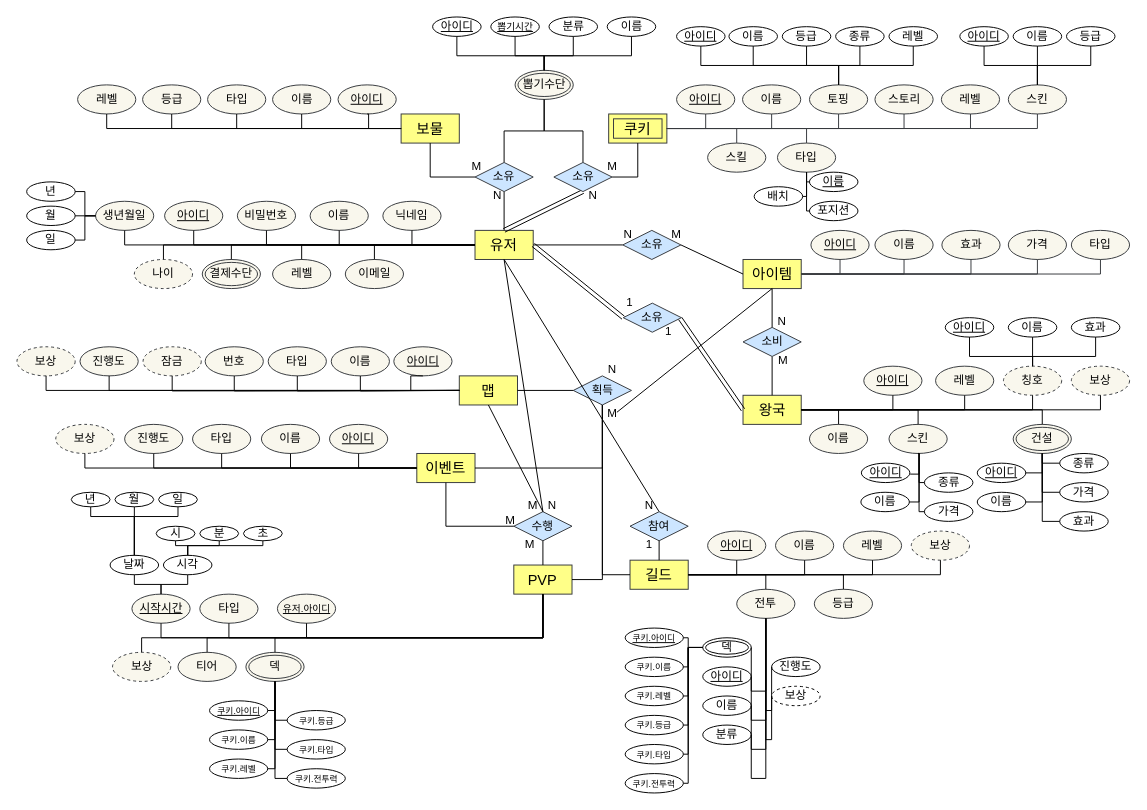
Above: page "페이지-2" (2 of 3) of 제목 없는 다이어그램.drawio in breeze234/web1 (draw.io), before the change. Source tidied: cells renumbered, new cells numbered last; positions are measured from the earlier drawing's top-left corner, leaving out a move shared by most shapes. Both pictures are drawn from the tidied source at 97%, with x=0, y=0 at pixel (16, 16).
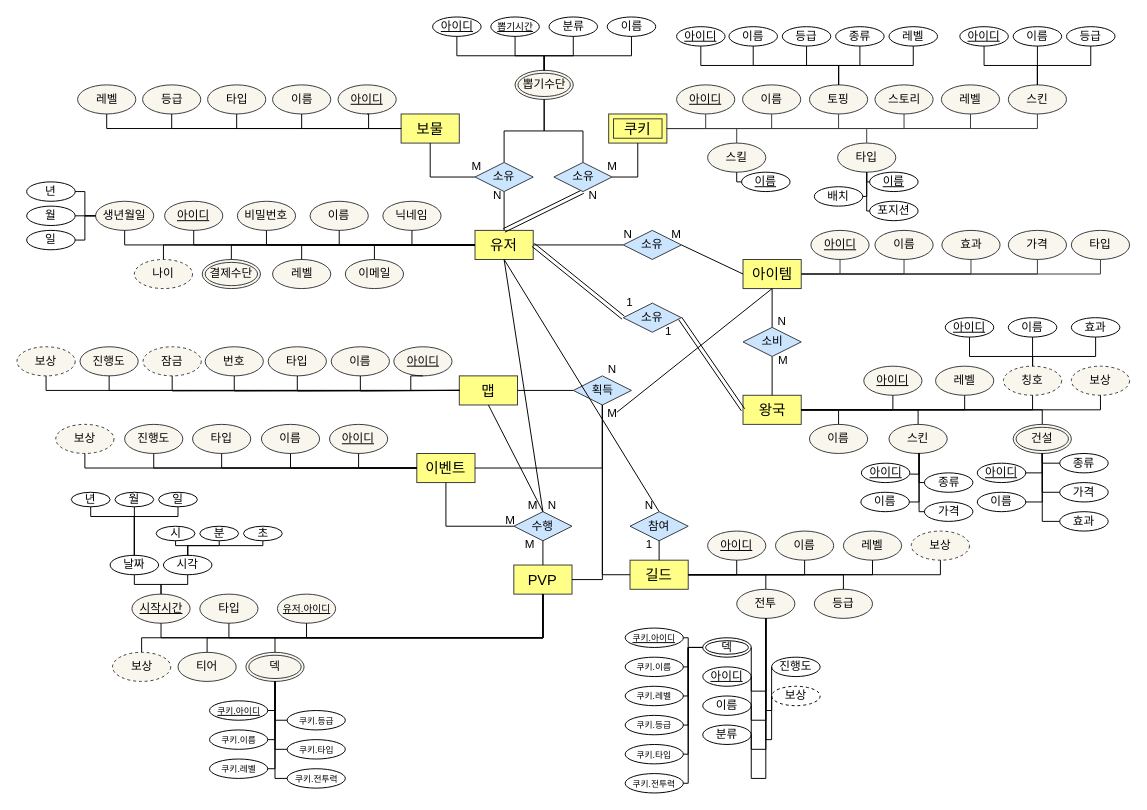
The same page after the edit.

Commit message (it also covers changes not shown here):
제목 없는 다이어그램.drawio 업데이트

The change refers to these unchanged cells:
```xml
<mxCell id="23" value="&lt;font style=&quot;font-size: 15px;&quot;&gt;쿠키&lt;/font&gt;" style="shape=ext;margin=3;double=1;whiteSpace=wrap;html=1;align=center;fillColor=#ffff88;strokeColor=#36393d;" parent="1" vertex="1">
  <mxGeometry x="610" y="100" width="60" height="30" as="geometry" />
</mxCell>
<mxCell id="272" value="스킬" style="ellipse;whiteSpace=wrap;html=1;fillColor=#f9f7ed;strokeColor=#36393d;" parent="1" vertex="1">
  <mxGeometry x="712" y="130" width="60" height="30" as="geometry" />
</mxCell>
```

The edit, as a diff of the source:
```diff
@@
     <mxCell id="27" value="타입" style="ellipse;whiteSpace=wrap;html=1;fillColor=#f9f7ed;strokeColor=#36393d;" parent="1" vertex="1">
-      <mxGeometry x="784" y="130" width="60" height="30" as="geometry" />
+      <mxGeometry x="846" y="130" width="60" height="30" as="geometry" />
     </mxCell>
@@
     <mxCell id="43" style="edgeStyle=orthogonalEdgeStyle;rounded=0;jettySize=auto;html=1;endArrow=none;endFill=0;exitX=1;exitY=0.5;exitDx=0;exitDy=0;fillColor=#f9f7ed;strokeColor=#36393d;entryX=0.5;entryY=0;entryDx=0;entryDy=0;" parent="1" edge="1" source="23" target="27">
       <mxGeometry relative="1" as="geometry">
         <Array as="points">
-          <mxPoint x="814" y="115" />
+          <mxPoint x="876" y="115" />
         </Array>
       </mxGeometry>
     </mxCell>
@@
-    <mxCell id="263" style="group;" parent="1" vertex="1">
-      <mxGeometry x="594.5" y="180" width="115" height="40" as="geometry" />
-    </mxCell>
-    <mxCell id="264" value="소유" style="shape=rhombus;perimeter=rhombusPerimeter;whiteSpace=wrap;html=1;align=center;fillColor=#cce5ff;strokeColor=#36393d;" parent="263" vertex="1">
-      <mxGeometry x="30" y="40" width="60" height="30" as="geometry" />
-    </mxCell>
@@
     <mxCell id="285" value="배치" style="ellipse;whiteSpace=wrap;html=1;" parent="1" vertex="1">
-      <mxGeometry x="760" y="175" width="50" height="20" as="geometry" />
+      <mxGeometry x="822" y="175" width="50" height="20" as="geometry" />
     </mxCell>
     <mxCell id="286" value="포지션" style="ellipse;whiteSpace=wrap;html=1;" parent="1" vertex="1">
-      <mxGeometry x="817" y="190" width="50" height="20" as="geometry" />
+      <mxGeometry x="879" y="190" width="50" height="20" as="geometry" />
     </mxCell>
     <mxCell id="287" value="&lt;u&gt;이름&lt;/u&gt;" style="ellipse;whiteSpace=wrap;html=1;" parent="1" vertex="1">
-      <mxGeometry x="817" y="160" width="50" height="20" as="geometry" />
+      <mxGeometry x="879" y="160" width="50" height="20" as="geometry" />
     </mxCell>
     <mxCell id="288" style="endArrow=none;html=1;rounded=0;entryX=0.5;entryY=1;entryDx=0;entryDy=0;edgeStyle=orthogonalEdgeStyle;exitX=0;exitY=0.5;exitDx=0;exitDy=0;" parent="1" edge="1" source="286" target="27">
       <mxGeometry relative="1" as="geometry">
         <Array as="points">
-          <mxPoint x="814" y="200" />
+          <mxPoint x="876" y="200" />
         </Array>
       </mxGeometry>
     </mxCell>
     <mxCell id="289" style="endArrow=none;html=1;rounded=0;entryX=0.5;entryY=1;entryDx=0;entryDy=0;edgeStyle=orthogonalEdgeStyle;exitX=1;exitY=0.5;exitDx=0;exitDy=0;" parent="1" edge="1" source="285" target="27">
       <mxGeometry relative="1" as="geometry">
         <Array as="points">
-          <mxPoint x="814" y="185" />
+          <mxPoint x="876" y="185" />
         </Array>
       </mxGeometry>
     </mxCell>
     <mxCell id="290" style="endArrow=none;html=1;rounded=0;entryX=0.5;entryY=1;entryDx=0;entryDy=0;edgeStyle=orthogonalEdgeStyle;exitX=0;exitY=0.5;exitDx=0;exitDy=0;" parent="1" edge="1" source="287" target="27">
       <mxGeometry relative="1" as="geometry">
         <Array as="points">
-          <mxPoint x="814" y="170" />
+          <mxPoint x="876" y="170" />
         </Array>
       </mxGeometry>
     </mxCell>
+    <mxCell id="291" value="&lt;u&gt;이름&lt;/u&gt;" style="ellipse;whiteSpace=wrap;html=1;" parent="1" vertex="1">
+      <mxGeometry x="747" y="160" width="50" height="20" as="geometry" />
+    </mxCell>
+    <mxCell id="292" style="endArrow=none;html=1;rounded=0;entryX=0.5;entryY=1;entryDx=0;entryDy=0;edgeStyle=orthogonalEdgeStyle;exitX=0;exitY=0.5;exitDx=0;exitDy=0;" parent="1" edge="1" source="291" target="272">
+      <mxGeometry relative="1" as="geometry">
+        <Array as="points">
+          <mxPoint x="742" y="170" />
+        </Array>
+      </mxGeometry>
+    </mxCell>
+    <mxCell id="264" value="소유" style="shape=rhombus;perimeter=rhombusPerimeter;whiteSpace=wrap;html=1;align=center;fillColor=#cce5ff;strokeColor=#36393d;" parent="1" vertex="1">
+      <mxGeometry x="625" y="220" width="60" height="30" as="geometry" />
+    </mxCell>
```
